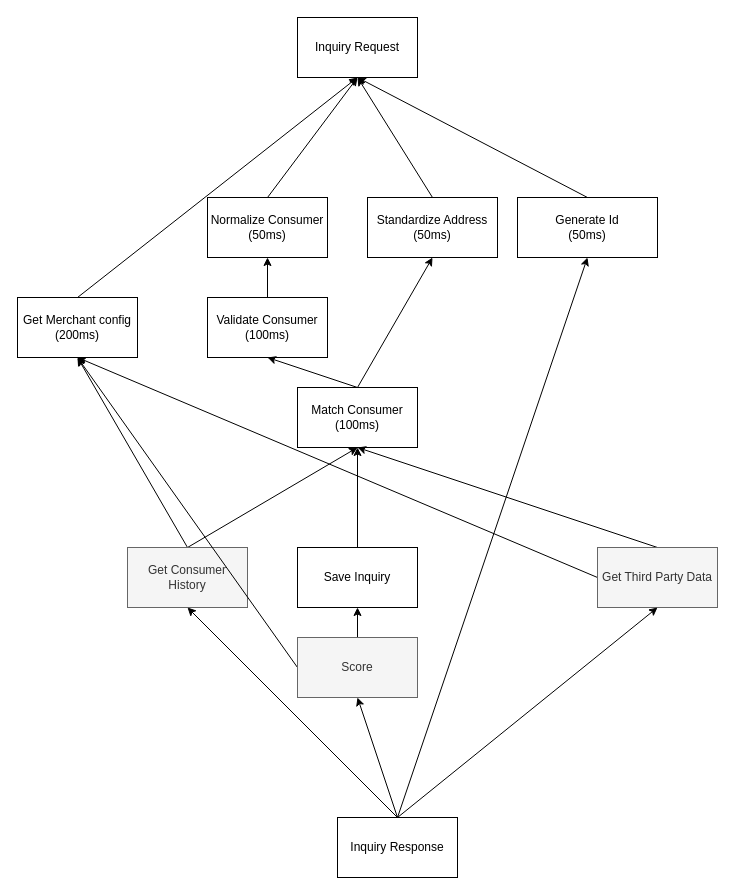
This is SimpleInquiry.drawio from dmmarchenko-clgx/koordination, a draw.io file, before an edit. Source tidied: cells renumbered, new cells numbered last; positions are measured from the earlier drawing's top-left corner, leaving out a move shared by most shapes. Both pictures are drawn from the tidied source at 100%, with x=0, y=0 at pixel (17, 17).
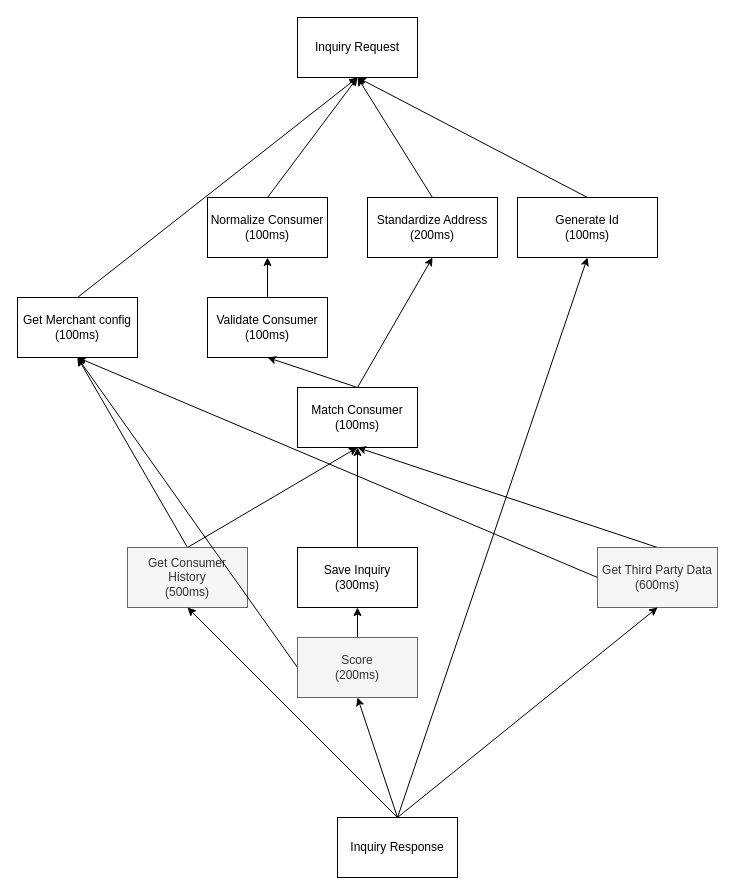
The same diagram, later.

Commit message (it also covers changes not shown here):
Async inquiry

Change to the diagram source:
```diff
@@
-    <mxCell id="4" value="Normalize Consumer&lt;br&gt;(50ms)" style="rounded=0;whiteSpace=wrap;html=1;" parent="1" vertex="1">
+    <mxCell id="4" value="Normalize Consumer&lt;br&gt;(100ms)" style="rounded=0;whiteSpace=wrap;html=1;" parent="1" vertex="1">
       <mxGeometry x="190" y="180" width="120" height="60" as="geometry" />
     </mxCell>
@@
-    <mxCell id="8" value="Generate Id&lt;br&gt;(50ms)" style="rounded=0;whiteSpace=wrap;html=1;" parent="1" vertex="1">
+    <mxCell id="8" value="Generate Id&lt;br&gt;(100ms)" style="rounded=0;whiteSpace=wrap;html=1;" parent="1" vertex="1">
       <mxGeometry x="500" y="180" width="140" height="60" as="geometry" />
     </mxCell>
@@
-    <mxCell id="10" value="Standardize Address&lt;br&gt;(50ms)" style="rounded=0;whiteSpace=wrap;html=1;" parent="1" vertex="1">
+    <mxCell id="10" value="Standardize Address&lt;br&gt;(200ms)" style="rounded=0;whiteSpace=wrap;html=1;" parent="1" vertex="1">
       <mxGeometry x="350" y="180" width="130" height="60" as="geometry" />
     </mxCell>
@@
-    <mxCell id="16" value="Get Consumer History" style="rounded=0;whiteSpace=wrap;html=1;fillColor=#f5f5f5;fontColor=#333333;strokeColor=#666666;" parent="1" vertex="1">
+    <mxCell id="16" value="Get Consumer History&lt;br&gt;(500ms)" style="rounded=0;whiteSpace=wrap;html=1;fillColor=#f5f5f5;fontColor=#333333;strokeColor=#666666;" parent="1" vertex="1">
       <mxGeometry x="110" y="530" width="120" height="60" as="geometry" />
     </mxCell>
@@
-    <mxCell id="18" value="Save Inquiry" style="rounded=0;whiteSpace=wrap;html=1;" parent="1" vertex="1">
+    <mxCell id="18" value="Save Inquiry&lt;br&gt;(300ms)" style="rounded=0;whiteSpace=wrap;html=1;" parent="1" vertex="1">
       <mxGeometry x="280" y="530" width="120" height="60" as="geometry" />
     </mxCell>
@@
-    <mxCell id="21" value="Get Third Party Data" style="rounded=0;whiteSpace=wrap;html=1;fillColor=#f5f5f5;fontColor=#333333;strokeColor=#666666;" parent="1" vertex="1">
+    <mxCell id="21" value="Get Third Party Data&lt;br&gt;(600ms)" style="rounded=0;whiteSpace=wrap;html=1;fillColor=#f5f5f5;fontColor=#333333;strokeColor=#666666;" parent="1" vertex="1">
       <mxGeometry x="580" y="530" width="120" height="60" as="geometry" />
     </mxCell>
@@
-    <mxCell id="28" value="Get Merchant config&lt;br&gt;(200ms)" style="rounded=0;whiteSpace=wrap;html=1;" parent="1" vertex="1">
+    <mxCell id="28" value="Get Merchant config&lt;br&gt;(100ms)" style="rounded=0;whiteSpace=wrap;html=1;" parent="1" vertex="1">
       <mxGeometry y="280" width="120" height="60" as="geometry" />
     </mxCell>
@@
-    <mxCell id="31" value="Score" style="rounded=0;whiteSpace=wrap;html=1;fillColor=#f5f5f5;fontColor=#333333;strokeColor=#666666;" parent="1" vertex="1">
+    <mxCell id="31" value="Score&lt;br&gt;(200ms)" style="rounded=0;whiteSpace=wrap;html=1;fillColor=#f5f5f5;fontColor=#333333;strokeColor=#666666;" parent="1" vertex="1">
       <mxGeometry x="280" y="620" width="120" height="60" as="geometry" />
     </mxCell>
```
